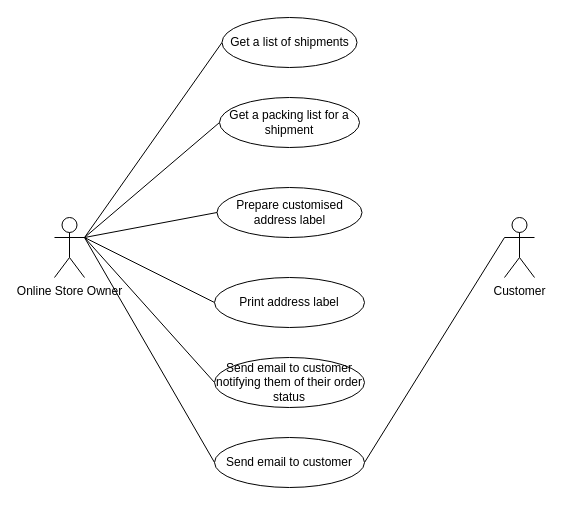
Before: diagrams/usecasediagram.drawio in ashketchupppp/sysdev2, a draw.io diagram. Source tidied: cells renumbered, new cells numbered last; positions are measured from the earlier drawing's top-left corner, leaving out a move shared by most shapes. Both pictures are drawn from the tidied source at 100%, with x=0, y=0 at pixel (54, 17).
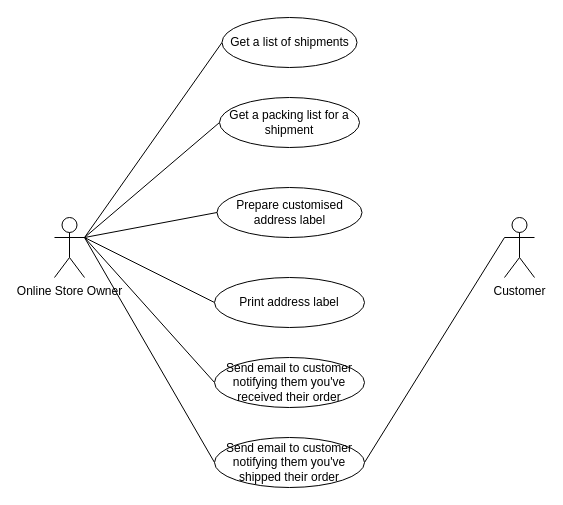
The same diagram, later.

Change to the diagram source:
```diff
@@
 <mxGraphModel>
   <root>
     <mxCell id="0" />
     <mxCell id="1" parent="0" />
     <mxCell id="2" value="Customer" style="shape=umlActor;verticalLabelPosition=bottom;verticalAlign=top;html=1;outlineConnect=0;" parent="1" vertex="1">
       <mxGeometry x="450" y="200" width="30" height="60" as="geometry" />
     </mxCell>
     <mxCell id="3" style="rounded=0;jettySize=auto;html=1;exitX=0;exitY=0.5;exitDx=0;exitDy=0;entryX=1;entryY=0.3333333333333333;entryDx=0;entryDy=0;entryPerimeter=0;endArrow=none;endFill=0;" parent="1" edge="1" source="4" target="16">
       <mxGeometry relative="1" as="geometry" />
     </mxCell>
     <mxCell id="4" value="Get a list of shipments" style="ellipse;whiteSpace=wrap;html=1;" parent="1" vertex="1">
       <mxGeometry x="167.5" width="135" height="50" as="geometry" />
     </mxCell>
     <mxCell id="5" style="edgeStyle=none;rounded=0;jettySize=auto;html=1;exitX=0;exitY=0.5;exitDx=0;exitDy=0;entryX=1;entryY=0.3333333333333333;entryDx=0;entryDy=0;entryPerimeter=0;endArrow=none;endFill=0;" parent="1" edge="1" source="6" target="16">
       <mxGeometry relative="1" as="geometry" />
     </mxCell>
     <mxCell id="6" value="Get a packing list for a shipment" style="ellipse;whiteSpace=wrap;html=1;" parent="1" vertex="1">
       <mxGeometry x="165" y="80" width="140" height="50" as="geometry" />
     </mxCell>
     <mxCell id="7" style="edgeStyle=none;rounded=0;jettySize=auto;html=1;exitX=0;exitY=0.5;exitDx=0;exitDy=0;entryX=1;entryY=0.3333333333333333;entryDx=0;entryDy=0;entryPerimeter=0;endArrow=none;endFill=0;" parent="1" edge="1" source="8" target="16">
       <mxGeometry relative="1" as="geometry" />
     </mxCell>
     <mxCell id="8" value="Prepare customised address label" style="ellipse;whiteSpace=wrap;html=1;" parent="1" vertex="1">
       <mxGeometry x="162.5" y="170" width="145" height="50" as="geometry" />
     </mxCell>
     <mxCell id="9" style="edgeStyle=none;rounded=0;jettySize=auto;html=1;exitX=0;exitY=0.5;exitDx=0;exitDy=0;endArrow=none;endFill=0;" parent="1" edge="1" source="10">
       <mxGeometry relative="1" as="geometry">
         <mxPoint x="30" y="220" as="targetPoint" />
       </mxGeometry>
     </mxCell>
     <mxCell id="10" value="Print address label" style="ellipse;whiteSpace=wrap;html=1;" parent="1" vertex="1">
       <mxGeometry x="160" y="260" width="150" height="50" as="geometry" />
     </mxCell>
     <mxCell id="11" style="edgeStyle=none;rounded=0;jettySize=auto;html=1;exitX=0;exitY=0.5;exitDx=0;exitDy=0;entryX=1;entryY=0.3333333333333333;entryDx=0;entryDy=0;entryPerimeter=0;endArrow=none;endFill=0;" parent="1" edge="1" source="12" target="16">
       <mxGeometry relative="1" as="geometry" />
     </mxCell>
-    <mxCell id="12" value="Send email to customer notifying them of their order status" style="ellipse;whiteSpace=wrap;html=1;" parent="1" vertex="1">
+    <mxCell id="12" value="Send email to customer notifying them you've received their order" style="ellipse;whiteSpace=wrap;html=1;" parent="1" vertex="1">
       <mxGeometry x="160" y="340" width="150" height="50" as="geometry" />
     </mxCell>
     <mxCell id="13" style="edgeStyle=none;rounded=0;jettySize=auto;html=1;exitX=0;exitY=0.5;exitDx=0;exitDy=0;endArrow=none;endFill=0;" parent="1" edge="1" source="15">
       <mxGeometry relative="1" as="geometry">
         <mxPoint x="30" y="220" as="targetPoint" />
       </mxGeometry>
     </mxCell>
     <mxCell id="14" style="edgeStyle=none;rounded=0;jettySize=auto;html=1;exitX=1;exitY=0.5;exitDx=0;exitDy=0;entryX=0;entryY=0.3333333333333333;entryDx=0;entryDy=0;entryPerimeter=0;endArrow=none;endFill=0;" parent="1" edge="1" source="15" target="2">
       <mxGeometry relative="1" as="geometry" />
     </mxCell>
-    <mxCell id="15" value="Send email to customer" style="ellipse;whiteSpace=wrap;html=1;" parent="1" vertex="1">
+    <mxCell id="15" value="Send email to customer notifying them you've shipped their order" style="ellipse;whiteSpace=wrap;html=1;" parent="1" vertex="1">
       <mxGeometry x="160" y="420" width="150" height="50" as="geometry" />
     </mxCell>
     <mxCell id="16" value="Online Store Owner" style="shape=umlActor;verticalLabelPosition=bottom;verticalAlign=top;html=1;outlineConnect=0;" parent="1" vertex="1">
       <mxGeometry y="200" width="30" height="60" as="geometry" />
     </mxCell>
   </root>
 </mxGraphModel>
```
